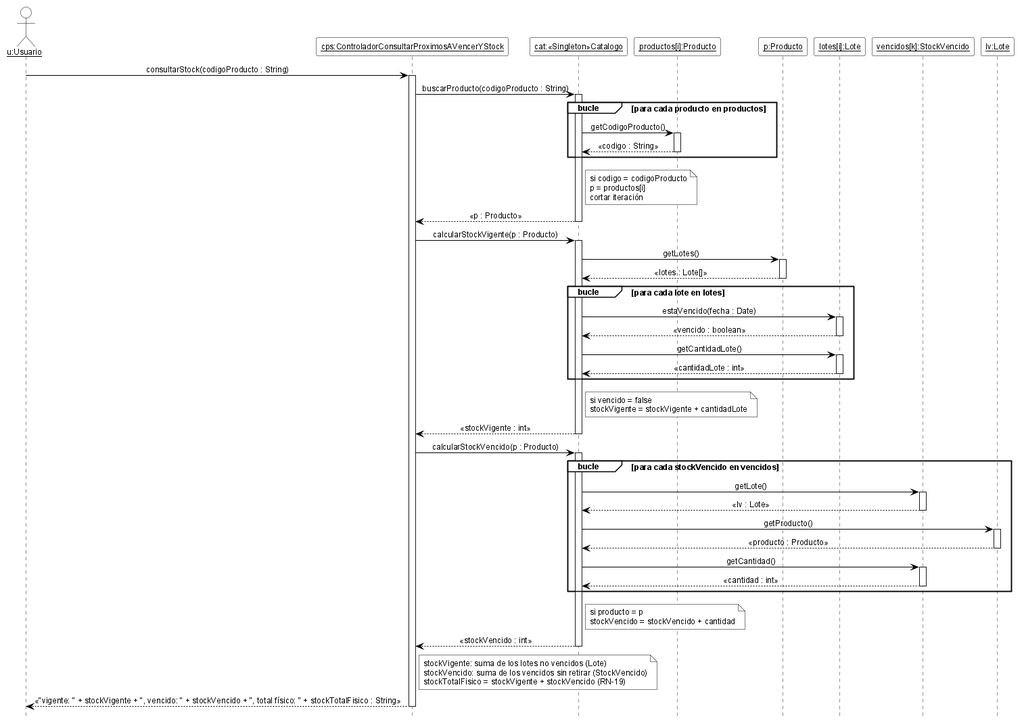
Before: 08-Diagrama De Secuencia/DSD_CU-09_consultarStock.png, a diagram exported from PlantUML (cirotop/Stock-Project).
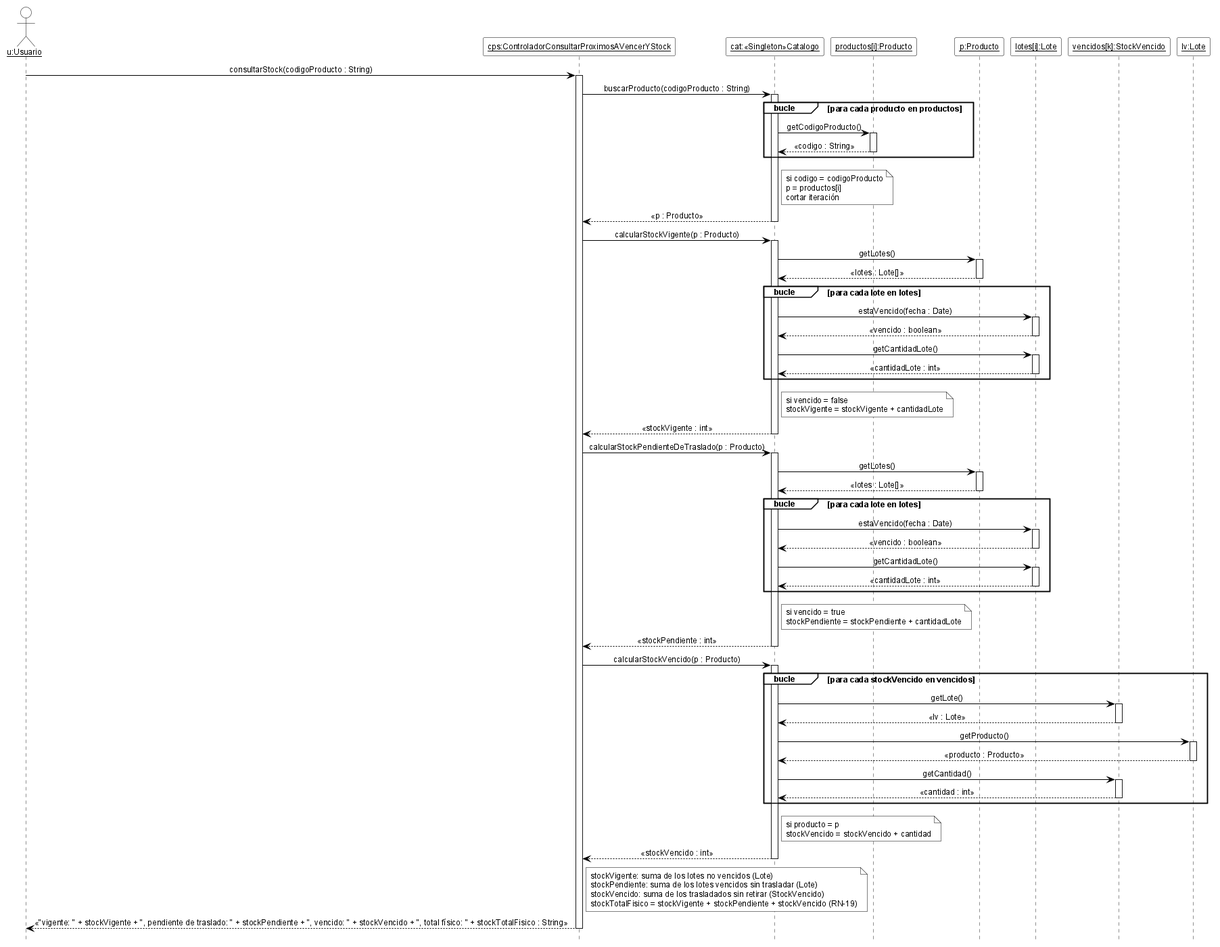
Above is the later version.

Diff of the diagram source:
```diff
@@ -54,6 +54,20 @@
   stockVigente = stockVigente + cantidadLote
 end note
 cat --> cpv -- : «stockVigente : int»
+cpv -> cat ++ : calcularStockPendienteDeTraslado(p : Producto)
+cat -> p ++ : getLotes()
+p --> cat -- : «lotes : Lote[]»
+group bucle [para cada lote en lotes]
+  cat -> li ++ : estaVencido(fecha : Date)
+  li --> cat -- : «vencido : boolean»
+  cat -> li ++ : getCantidadLote()
+  li --> cat -- : «cantidadLote : int»
+end
+note right of cat
+  si vencido = true
+  stockPendiente = stockPendiente + cantidadLote
+end note
+cat --> cpv -- : «stockPendiente : int»
 cpv -> cat ++ : calcularStockVencido(p : Producto)
 group bucle [para cada stockVencido en vencidos]
   cat -> vi ++ : getLote()
@@ -70,9 +84,10 @@
 cat --> cpv -- : «stockVencido : int»
 note right of cpv
   stockVigente: suma de los lotes no vencidos (Lote)
-  stockVencido: suma de los vencidos sin retirar (StockVencido)
-  stockTotalFisico = stockVigente + stockVencido (RN-19)
+  stockPendiente: suma de los lotes vencidos sin trasladar (Lote)
+  stockVencido: suma de los trasladados sin retirar (StockVencido)
+  stockTotalFisico = stockVigente + stockPendiente + stockVencido (RN-19)
 end note
-cpv --> u -- : «"vigente: " + stockVigente + ", vencido: " + stockVencido + ", total físico: " + stockTotalFisico : String»
+cpv --> u -- : «"vigente: " + stockVigente + ", pendiente de traslado: " + stockPendiente + ", vencido: " + stockVencido + ", total físico: " + stockTotalFisico : String»
 
 @enduml
```
